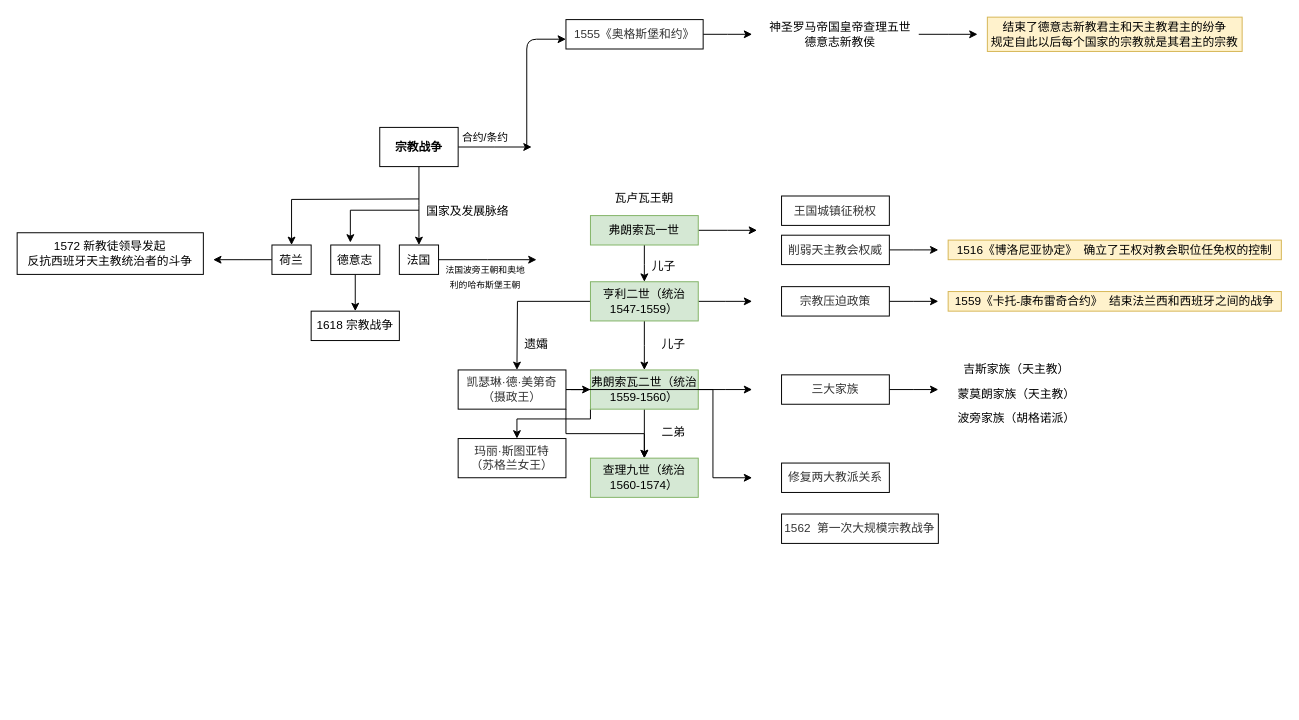
This is Untitled Diagram.drawio from Mary1206/-a, a draw.io file, before an edit. Source tidied: cells renumbered, new cells numbered last; positions are measured from the earlier drawing's top-left corner, leaving out a move shared by most shapes. Both pictures are drawn from the tidied source at 98%, with x=0, y=0 at pixel (17, 17).
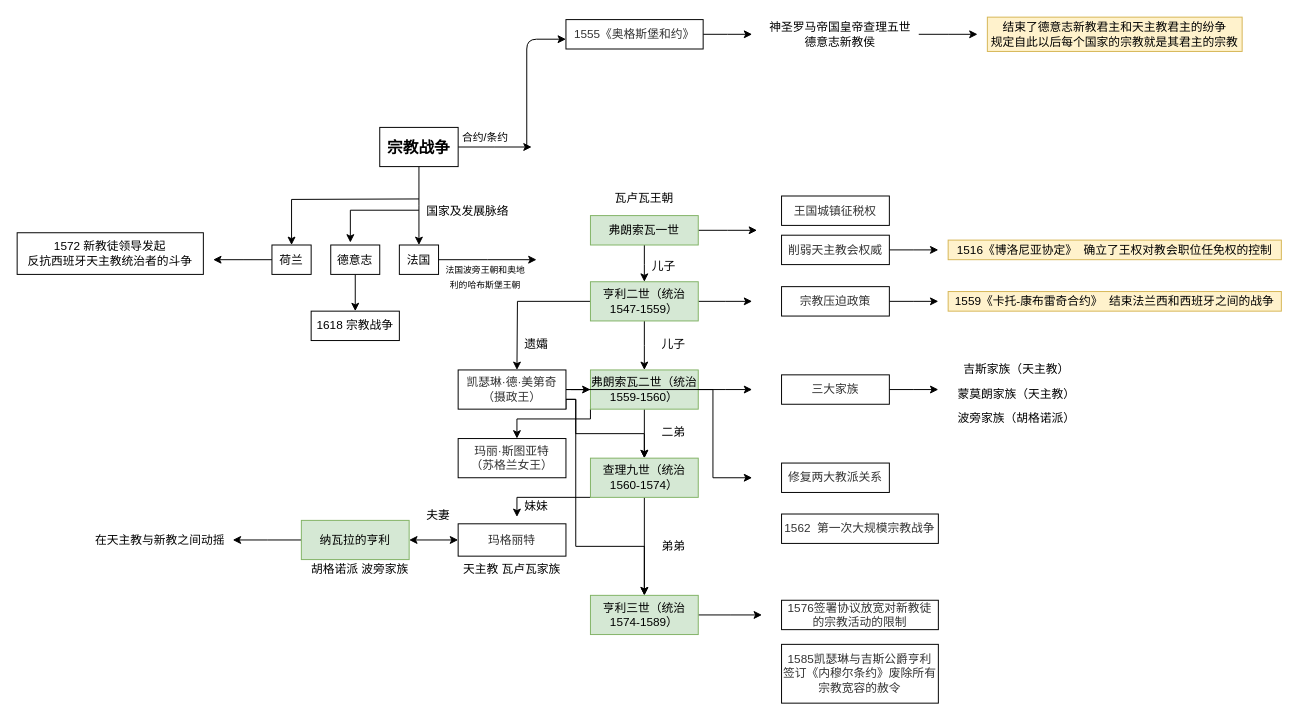
The same page after the edit.

Commit message (it also covers changes not shown here):
宗教战争思维导图.drawio

Unchanged cells that the change refers to:
```xml
<mxCell id="48" value="凯瑟琳·德·美第奇（摄政王）" style="rounded=0;whiteSpace=wrap;html=1;fontColor=#333333;" parent="1" vertex="1">
  <mxGeometry x="450" y="360" width="110" height="40" as="geometry" />
</mxCell>
<mxCell id="57" value="查理九世（统治1560-1574）" style="rounded=0;whiteSpace=wrap;html=1;fillColor=#d5e8d4;strokeColor=#82b366;" parent="1" vertex="1">
  <mxGeometry x="585" y="450" width="110" height="40" as="geometry" />
</mxCell>
```

Change to the diagram source:
```diff
@@
-    <mxCell id="4" value="&lt;b&gt;宗教战争&lt;/b&gt;" style="rounded=0;whiteSpace=wrap;html=1;" parent="1" vertex="1">
+    <mxCell id="4" value="&lt;b style=&quot;font-size: 16px&quot;&gt;&lt;font style=&quot;font-size: 16px&quot;&gt;宗教战争&lt;/font&gt;&lt;/b&gt;" style="rounded=0;whiteSpace=wrap;html=1;" parent="1" vertex="1">
       <mxGeometry x="370" y="112.5" width="80" height="40" as="geometry" />
     </mxCell>
@@
     <mxCell id="45" style="edgeStyle=orthogonalEdgeStyle;rounded=0;jettySize=auto;html=1;exitX=1;exitY=1;exitDx=0;exitDy=0;" parent="1" edge="1" source="48" target="57">
-      <mxGeometry relative="1" as="geometry" />
+      <mxGeometry relative="1" as="geometry">
+        <Array as="points">
+          <mxPoint x="560" y="390" />
+          <mxPoint x="570" y="390" />
+          <mxPoint x="570" y="425" />
+          <mxPoint x="640" y="425" />
+        </Array>
+      </mxGeometry>
     </mxCell>
@@
+    <mxCell id="60" style="edgeStyle=orthogonalEdgeStyle;rounded=0;jettySize=auto;html=1;exitX=1;exitY=0.75;exitDx=0;exitDy=0;entryX=0.5;entryY=0;entryDx=0;entryDy=0;" parent="1" edge="1" source="48" target="72">
+      <mxGeometry relative="1" as="geometry">
+        <Array as="points">
+          <mxPoint x="570" y="390" />
+          <mxPoint x="570" y="540" />
+          <mxPoint x="640" y="540" />
+        </Array>
+      </mxGeometry>
+    </mxCell>
@@
+    <mxCell id="61" style="edgeStyle=orthogonalEdgeStyle;rounded=0;jettySize=auto;html=1;exitX=0;exitY=1;exitDx=0;exitDy=0;" parent="1" edge="1" source="57">
+      <mxGeometry relative="1" as="geometry">
+        <mxPoint x="510" y="510" as="targetPoint" />
+        <Array as="points">
+          <mxPoint x="510" y="490" />
+        </Array>
+      </mxGeometry>
+    </mxCell>
+    <mxCell id="62" style="edgeStyle=orthogonalEdgeStyle;rounded=0;jettySize=auto;html=1;" parent="1" edge="1" source="57">
+      <mxGeometry relative="1" as="geometry">
+        <mxPoint x="640" y="590" as="targetPoint" />
+        <Array as="points">
+          <mxPoint x="640" y="590" />
+          <mxPoint x="640" y="590" />
+        </Array>
+      </mxGeometry>
+    </mxCell>
@@
+    <mxCell id="63" value="玛格丽特" style="rounded=0;whiteSpace=wrap;html=1;fontColor=#333333;" parent="1" vertex="1">
+      <mxGeometry x="450" y="517" width="110" height="33" as="geometry" />
+    </mxCell>
+    <mxCell id="64" value="妹妹" style="text;html=1;strokeColor=none;fillColor=none;align=center;verticalAlign=middle;whiteSpace=wrap;rounded=0;" parent="1" vertex="1">
+      <mxGeometry x="510" y="485" width="40" height="27.5" as="geometry" />
+    </mxCell>
+    <mxCell id="65" style="edgeStyle=orthogonalEdgeStyle;rounded=0;jettySize=auto;html=1;" parent="1" edge="1" source="66">
+      <mxGeometry relative="1" as="geometry">
+        <mxPoint x="220" y="533.5" as="targetPoint" />
+      </mxGeometry>
+    </mxCell>
+    <mxCell id="66" value="纳瓦拉的亨利" style="rounded=0;whiteSpace=wrap;html=1;fillColor=#d5e8d4;strokeColor=#82b366;" parent="1" vertex="1">
+      <mxGeometry x="290" y="513.5" width="110" height="40" as="geometry" />
+    </mxCell>
+    <mxCell id="67" style="endArrow=classic;startArrow=classic;html=1;exitX=1;exitY=0.5;exitDx=0;exitDy=0;entryX=0;entryY=0.5;entryDx=0;entryDy=0;" parent="1" edge="1" source="66" target="63">
+      <mxGeometry relative="1" as="geometry" />
+    </mxCell>
+    <mxCell id="68" value="夫妻" style="text;html=1;strokeColor=none;fillColor=none;align=center;verticalAlign=middle;whiteSpace=wrap;rounded=0;" parent="1" vertex="1">
+      <mxGeometry x="410" y="495" width="40" height="27.5" as="geometry" />
+    </mxCell>
+    <mxCell id="69" value="天主教 瓦卢瓦家族" style="text;html=1;strokeColor=none;fillColor=none;align=center;verticalAlign=middle;whiteSpace=wrap;rounded=0;" parent="1" vertex="1">
+      <mxGeometry x="425" y="553.5" width="160" height="20" as="geometry" />
+    </mxCell>
+    <mxCell id="70" value="胡格诺派 波旁家族" style="text;html=1;strokeColor=none;fillColor=none;align=center;verticalAlign=middle;whiteSpace=wrap;rounded=0;" parent="1" vertex="1">
+      <mxGeometry x="270" y="553.5" width="160" height="20" as="geometry" />
+    </mxCell>
+    <mxCell id="71" style="edgeStyle=orthogonalEdgeStyle;rounded=0;jettySize=auto;html=1;" parent="1" edge="1" source="72">
+      <mxGeometry relative="1" as="geometry">
+        <mxPoint x="760" y="610" as="targetPoint" />
+      </mxGeometry>
+    </mxCell>
+    <mxCell id="72" value="亨利三世（统治1574-1589）" style="rounded=0;whiteSpace=wrap;html=1;fillColor=#d5e8d4;strokeColor=#82b366;" parent="1" vertex="1">
+      <mxGeometry x="585" y="590" width="110" height="40" as="geometry" />
+    </mxCell>
+    <mxCell id="73" value="弟弟" style="text;html=1;strokeColor=none;fillColor=none;align=center;verticalAlign=middle;whiteSpace=wrap;rounded=0;" parent="1" vertex="1">
+      <mxGeometry x="650" y="526" width="40" height="27.5" as="geometry" />
+    </mxCell>
+    <mxCell id="74" value="1576签署协议放宽对新教徒的宗教活动的限制" style="rounded=0;whiteSpace=wrap;html=1;fontColor=#333333;" parent="1" vertex="1">
+      <mxGeometry x="780" y="595" width="160" height="30" as="geometry" />
+    </mxCell>
+    <mxCell id="75" value="在天主教与新教之间动摇" style="text;html=1;strokeColor=none;fillColor=none;align=center;verticalAlign=middle;whiteSpace=wrap;rounded=0;" parent="1" vertex="1">
+      <mxGeometry x="66" y="523.5" width="160" height="20" as="geometry" />
+    </mxCell>
+    <mxCell id="76" value="1585凯瑟琳与吉斯公爵亨利签订《内穆尔条约》废除所有宗教宽容的赦令" style="rounded=0;whiteSpace=wrap;html=1;fontColor=#333333;" parent="1" vertex="1">
+      <mxGeometry x="780" y="640" width="160" height="60" as="geometry" />
+    </mxCell>
```
